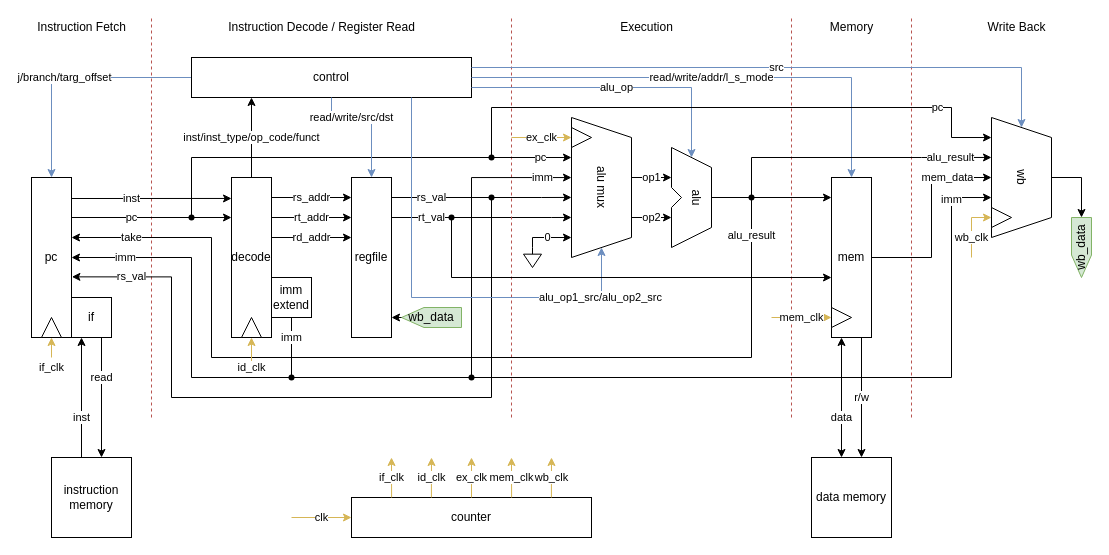
The draw.io diagram assets/SingleCycleDataPath.drawio in junyang-zh/HeliumCPUv2-MIPS32, before the edit. Source tidied: cells renumbered, new cells numbered last; positions are measured from the earlier drawing's top-left corner, leaving out a move shared by most shapes. Both pictures are drawn from the tidied source at 100%, with x=0, y=0 at pixel (31, 17).
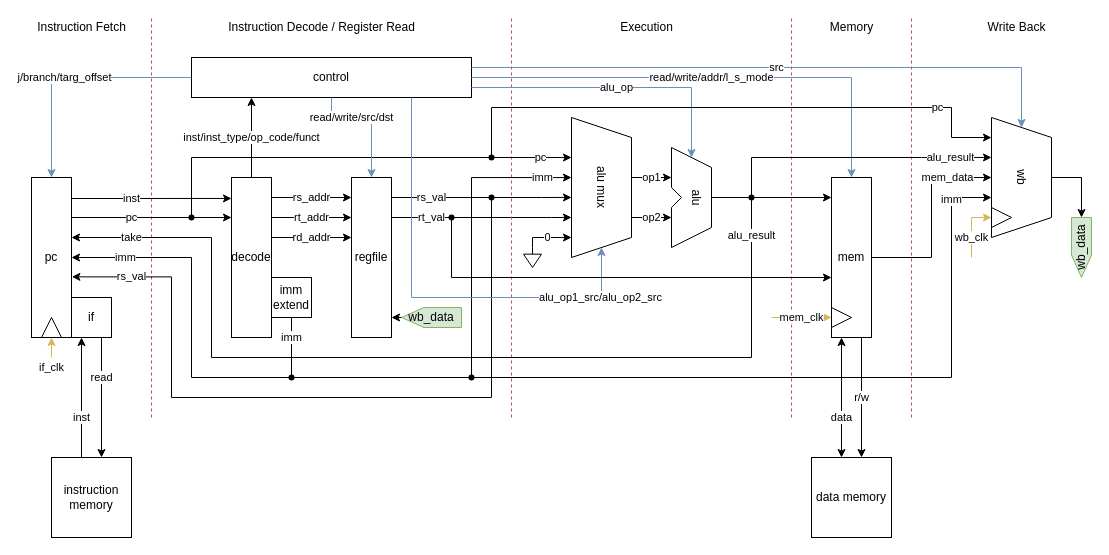
After the change.

Commit message (it also covers changes not shown here):
upd figure source

What changed in the source:
```diff
@@
-    <mxCell id="76" value="counter" style="rounded=0;whiteSpace=wrap;html=1;" parent="1" vertex="1">
-      <mxGeometry x="320" y="480" width="240" height="40" as="geometry" />
-    </mxCell>
-    <mxCell id="77" value="clk" style="endArrow=classic;html=1;rounded=0;entryX=0;entryY=0.5;entryDx=0;entryDy=0;fillColor=#fff2cc;strokeColor=#d6b656;" parent="1" edge="1" target="76">
-      <mxGeometry relative="1" as="geometry">
-        <mxPoint x="260" y="500" as="sourcePoint" />
-      </mxGeometry>
-    </mxCell>
-    <mxCell id="78" value="if_clk" style="endArrow=classic;html=1;rounded=0;exitX=0.167;exitY=0;exitDx=0;exitDy=0;exitPerimeter=0;fillColor=#fff2cc;strokeColor=#d6b656;" parent="1" edge="1" source="76">
-      <mxGeometry relative="1" as="geometry">
-        <mxPoint x="360" y="440" as="targetPoint" />
-      </mxGeometry>
-    </mxCell>
-    <mxCell id="79" value="id_clk" style="endArrow=classic;html=1;rounded=0;exitX=0.333;exitY=0;exitDx=0;exitDy=0;exitPerimeter=0;fillColor=#fff2cc;strokeColor=#d6b656;" parent="1" edge="1" source="76">
-      <mxGeometry relative="1" as="geometry">
-        <mxPoint x="400" y="440" as="targetPoint" />
-      </mxGeometry>
-    </mxCell>
-    <mxCell id="80" value="ex_clk" style="endArrow=classic;html=1;rounded=0;exitX=0.5;exitY=0;exitDx=0;exitDy=0;fillColor=#fff2cc;strokeColor=#d6b656;" parent="1" edge="1" source="76">
-      <mxGeometry relative="1" as="geometry">
-        <mxPoint x="440" y="440" as="targetPoint" />
-      </mxGeometry>
-    </mxCell>
-    <mxCell id="81" value="mem_clk" style="endArrow=classic;html=1;rounded=0;exitX=0.667;exitY=0;exitDx=0;exitDy=0;exitPerimeter=0;fillColor=#fff2cc;strokeColor=#d6b656;" parent="1" edge="1" source="76">
-      <mxGeometry relative="1" as="geometry">
-        <mxPoint x="480" y="440" as="targetPoint" />
-      </mxGeometry>
-    </mxCell>
-    <mxCell id="82" value="wb_clk" style="endArrow=classic;html=1;rounded=0;exitX=0.833;exitY=0;exitDx=0;exitDy=0;exitPerimeter=0;fillColor=#fff2cc;strokeColor=#d6b656;" parent="1" edge="1" source="76">
-      <mxGeometry relative="1" as="geometry">
-        <mxPoint x="520" y="440" as="targetPoint" />
-      </mxGeometry>
-    </mxCell>
@@
-    <mxCell id="84" style="triangle;whiteSpace=wrap;html=1;rotation=-90;" parent="1" vertex="1">
-      <mxGeometry x="210" y="300" width="20" height="20" as="geometry" />
-    </mxCell>
@@
-    <mxCell id="86" style="triangle;whiteSpace=wrap;html=1;rotation=0;" parent="1" vertex="1">
-      <mxGeometry x="540" y="110" width="20" height="20" as="geometry" />
-    </mxCell>
@@
-    <mxCell id="89" value="id_clk" style="endArrow=classic;html=1;rounded=0;fillColor=#fff2cc;strokeColor=#d6b656;entryX=0;entryY=0.5;entryDx=0;entryDy=0;" parent="1" edge="1" target="84">
-      <mxGeometry x="-1" relative="1" as="geometry">
-        <mxPoint x="220" y="350" as="sourcePoint" />
-      </mxGeometry>
-    </mxCell>
-    <mxCell id="90" value="ex_clk" style="endArrow=classic;html=1;rounded=0;fillColor=#fff2cc;strokeColor=#d6b656;entryX=0;entryY=0.5;entryDx=0;entryDy=0;" parent="1" edge="1" target="86">
-      <mxGeometry relative="1" as="geometry">
-        <mxPoint x="480" y="120" as="sourcePoint" />
-      </mxGeometry>
-    </mxCell>
```
